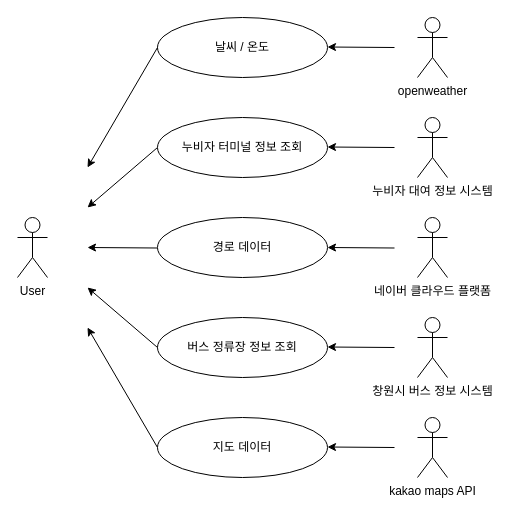
This is 2nd_homework/Usecase_diagram.drawio from chisacam/CWNU19SE_2B, a draw.io file, before an edit. Source tidied: cells renumbered, new cells numbered last; positions are measured from the earlier drawing's top-left corner, leaving out a move shared by most shapes. Both pictures are drawn from the tidied source at 100%, with x=0, y=0 at pixel (17, 17).
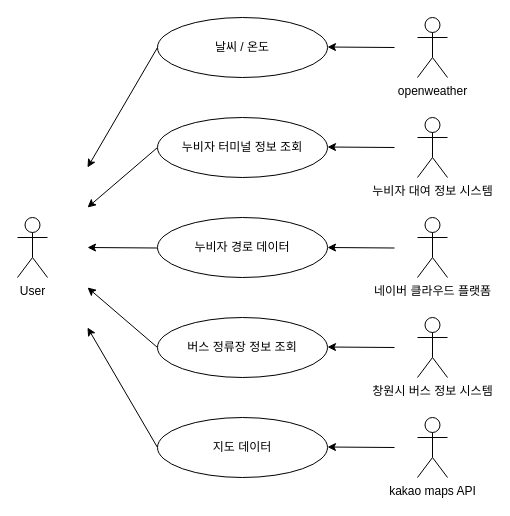
The same diagram, later.

Commit message (it also covers changes not shown here):
update usecase diagram

The edit, as a diff of the source:
```diff
@@
-    <mxCell id="4" value="경로 데이터" style="ellipse;whiteSpace=wrap;html=1;fontFamily=Helvetica;" parent="1" vertex="1">
+    <mxCell id="4" value="누비자 경로 데이터" style="ellipse;whiteSpace=wrap;html=1;fontFamily=Helvetica;" parent="1" vertex="1">
       <mxGeometry x="140" y="200" width="170" height="60" as="geometry" />
     </mxCell>
```
